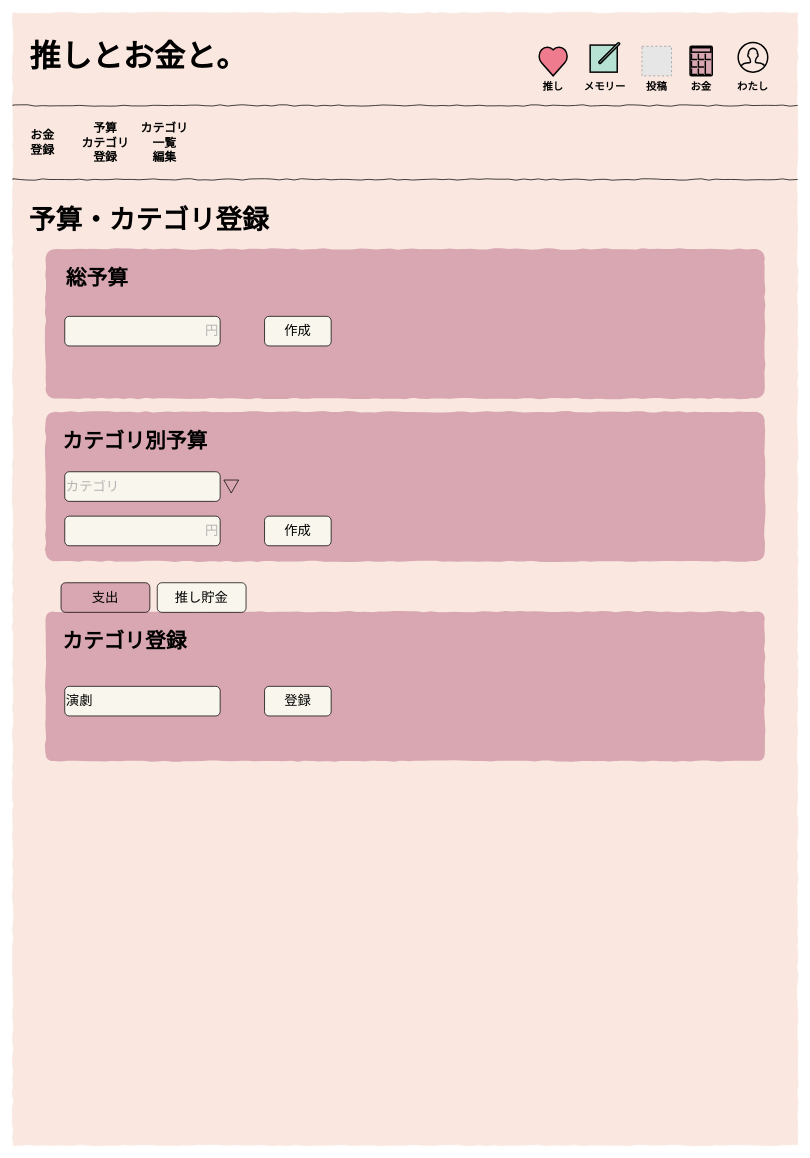
This is page "お金(管理)" (16 of 19) of Untitled Diagram.drawio from yuko-miyamoto/Laravel_10, a draw.io file, before an edit. Source tidied: cells renumbered, new cells numbered last; positions are measured from the earlier drawing's top-left corner, leaving out a move shared by most shapes. Both pictures are drawn from the tidied source at 74%, with x=0, y=0 at pixel (13, 13). Pictures stored in the file or linked from it are replaced by grey dashed boxes.
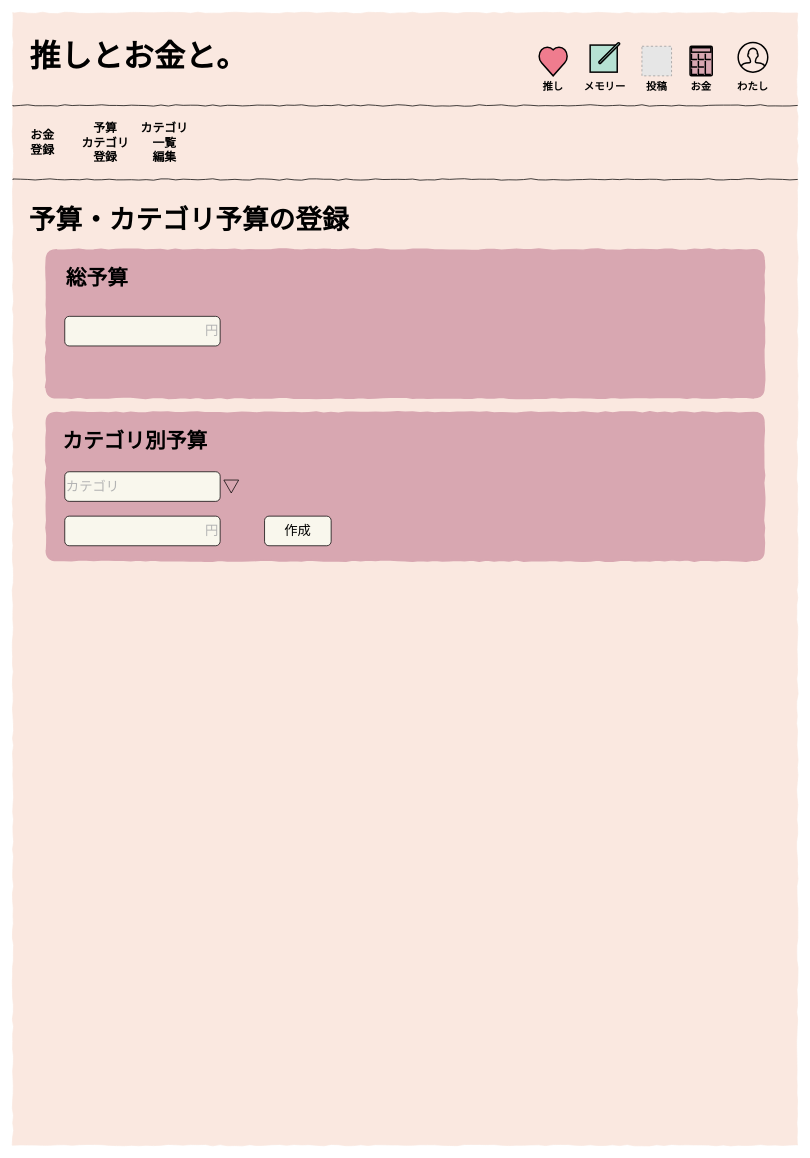
The same page after the edit.

The edit, as a diff of the source:
```diff
@@
-    <mxCell id="18" value="作成" style="rounded=1;whiteSpace=wrap;html=1;shadow=0;glass=0;sketch=0;fontSize=18;fontColor=#000000;strokeColor=#000000;fillColor=#F9F7ED;align=center;verticalAlign=middle;" parent="1" vertex="1">
-      <mxGeometry x="340" y="410" width="90" height="40" as="geometry" />
-    </mxCell>
@@
-    <mxCell id="29" style="whiteSpace=wrap;html=1;rounded=1;shadow=0;labelBackgroundColor=none;strokeWidth=2;fontFamily=Verdana;fontSize=12;align=center;comic=1;perimeterSpacing=0;strokeColor=#D8A7B1;fillColor=#D8A7B1;arcSize=5;" parent="1" vertex="1">
-      <mxGeometry x="45" y="810" width="970" height="200" as="geometry" />
-    </mxCell>
-    <mxCell id="30" value="支出" style="rounded=1;whiteSpace=wrap;html=1;shadow=0;glass=0;sketch=0;fontSize=18;fontColor=#000000;strokeColor=#000000;fillColor=#D8A7B1;align=center;verticalAlign=middle;" parent="1" vertex="1">
-      <mxGeometry x="65" y="770" width="120" height="40" as="geometry" />
-    </mxCell>
-    <mxCell id="31" value="推し貯金" style="rounded=1;whiteSpace=wrap;html=1;shadow=0;glass=0;sketch=0;fontSize=18;fontColor=#000000;strokeColor=#000000;fillColor=#F9F7ED;align=center;verticalAlign=middle;" parent="1" vertex="1">
-      <mxGeometry x="195" y="770" width="120" height="40" as="geometry" />
-    </mxCell>
-    <mxCell id="32" value="カテゴリ登録" style="text;html=1;align=left;verticalAlign=middle;spacingTop=-4;fontSize=28;fontFamily=Verdana;fontStyle=1;" parent="1" vertex="1">
-      <mxGeometry x="65" y="830" width="210" height="40" as="geometry" />
-    </mxCell>
-    <mxCell id="33" value="演劇" style="rounded=1;whiteSpace=wrap;html=1;shadow=0;glass=0;sketch=0;fontSize=18;fontColor=#000000;strokeColor=#000000;fillColor=#F9F7ED;align=left;verticalAlign=middle;" parent="1" vertex="1">
-      <mxGeometry x="70" y="910" width="210" height="40" as="geometry" />
-    </mxCell>
-    <mxCell id="34" value="登録" style="rounded=1;whiteSpace=wrap;html=1;shadow=0;glass=0;sketch=0;fontSize=18;fontColor=#000000;strokeColor=#000000;fillColor=#F9F7ED;align=center;verticalAlign=middle;" parent="1" vertex="1">
-      <mxGeometry x="340" y="910" width="90" height="40" as="geometry" />
-    </mxCell>
-    <mxCell id="35" value="予算・カテゴリ登録" style="text;strokeColor=none;fillColor=none;html=1;fontSize=36;fontStyle=1;verticalAlign=middle;align=left;" parent="1" vertex="1">
-      <mxGeometry x="20" y="250" width="420" height="60" as="geometry" />
+    <mxCell id="35" value="予算・カテゴリ予算の登録" style="text;strokeColor=none;fillColor=none;html=1;fontSize=36;fontStyle=1;verticalAlign=middle;align=left;" parent="1" vertex="1">
+      <mxGeometry x="20" y="250" width="470" height="60" as="geometry" />
     </mxCell>
```
